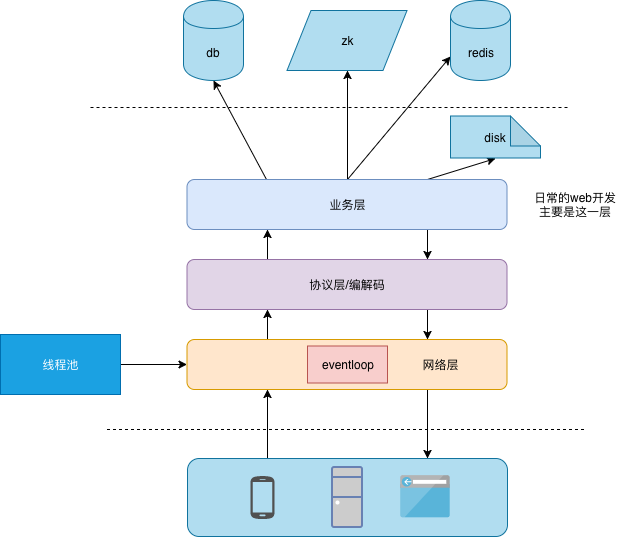
This is public/upload/architecture/network_communication.png from qiankunli/qiankunli.github.io, a draw.io export, as it was before one commit. Source tidied: cells renumbered, new cells last; positions are measured from the earlier drawing's top-left corner, leaving out a move shared by most shapes. Source of this version:
```xml
<mxGraphModel>
  <root>
    <mxCell id="0" />
    <mxCell id="1" parent="0" />
    <mxCell id="2" style="edgeStyle=orthogonalEdgeStyle;rounded=0;jettySize=auto;html=1;exitX=0.25;exitY=0;exitDx=0;exitDy=0;entryX=0.25;entryY=1;entryDx=0;entryDy=0;" parent="1" edge="1" source="3" target="6">
      <mxGeometry relative="1" as="geometry" />
    </mxCell>
    <mxCell id="3" style="rounded=1;whiteSpace=wrap;html=1;shadow=0;fillColor=#b1ddf0;strokeColor=#10739e;" parent="1" vertex="1">
      <mxGeometry x="187" y="458" width="320" height="78" as="geometry" />
    </mxCell>
    <mxCell id="4" style="edgeStyle=orthogonalEdgeStyle;rounded=0;jettySize=auto;html=1;exitX=0.25;exitY=0;exitDx=0;exitDy=0;entryX=0.25;entryY=1;entryDx=0;entryDy=0;" parent="1" edge="1" source="6" target="9">
      <mxGeometry relative="1" as="geometry" />
    </mxCell>
    <mxCell id="5" style="edgeStyle=orthogonalEdgeStyle;rounded=0;jettySize=auto;html=1;exitX=0.75;exitY=1;exitDx=0;exitDy=0;entryX=0.75;entryY=0;entryDx=0;entryDy=0;" parent="1" edge="1" source="6" target="3">
      <mxGeometry relative="1" as="geometry" />
    </mxCell>
    <mxCell id="6" style="rounded=1;whiteSpace=wrap;html=1;fillColor=#ffe6cc;strokeColor=#d79b00;" parent="1" vertex="1">
      <mxGeometry x="186.5" y="339" width="320" height="50" as="geometry" />
    </mxCell>
    <mxCell id="7" style="edgeStyle=orthogonalEdgeStyle;rounded=0;jettySize=auto;html=1;exitX=0.25;exitY=0;exitDx=0;exitDy=0;entryX=0.25;entryY=1;entryDx=0;entryDy=0;" parent="1" edge="1" source="9" target="15">
      <mxGeometry relative="1" as="geometry" />
    </mxCell>
    <mxCell id="8" style="edgeStyle=orthogonalEdgeStyle;rounded=0;jettySize=auto;html=1;exitX=0.75;exitY=1;exitDx=0;exitDy=0;entryX=0.75;entryY=0;entryDx=0;entryDy=0;" parent="1" edge="1" source="9" target="6">
      <mxGeometry relative="1" as="geometry" />
    </mxCell>
    <mxCell id="9" value="协议层/编解码" style="rounded=1;whiteSpace=wrap;html=1;fillColor=#e1d5e7;strokeColor=#9673a6;" parent="1" vertex="1">
      <mxGeometry x="186.5" y="259" width="320" height="50" as="geometry" />
    </mxCell>
    <mxCell id="10" style="edgeStyle=orthogonalEdgeStyle;rounded=0;jettySize=auto;html=1;exitX=0.75;exitY=1;exitDx=0;exitDy=0;entryX=0.75;entryY=0;entryDx=0;entryDy=0;" parent="1" edge="1" source="15" target="9">
      <mxGeometry relative="1" as="geometry" />
    </mxCell>
    <mxCell id="11" style="rounded=0;jettySize=auto;html=1;exitX=0.25;exitY=0;exitDx=0;exitDy=0;entryX=0.5;entryY=1;entryDx=0;entryDy=0;" parent="1" edge="1" source="15" target="16">
      <mxGeometry relative="1" as="geometry" />
    </mxCell>
    <mxCell id="12" style="edgeStyle=none;rounded=0;jettySize=auto;html=1;exitX=0.5;exitY=0;exitDx=0;exitDy=0;entryX=0.5;entryY=1;entryDx=0;entryDy=0;" parent="1" edge="1" source="15" target="17">
      <mxGeometry relative="1" as="geometry" />
    </mxCell>
    <mxCell id="13" style="edgeStyle=none;rounded=0;jettySize=auto;html=1;exitX=0.5;exitY=0;exitDx=0;exitDy=0;entryX=0;entryY=0.7;entryDx=0;entryDy=0;" parent="1" edge="1" source="15" target="18">
      <mxGeometry relative="1" as="geometry" />
    </mxCell>
    <mxCell id="14" style="edgeStyle=none;rounded=0;jettySize=auto;html=1;exitX=0.75;exitY=0;exitDx=0;exitDy=0;entryX=0.5;entryY=1;entryDx=0;entryDy=0;entryPerimeter=0;" parent="1" edge="1" source="15" target="21">
      <mxGeometry relative="1" as="geometry" />
    </mxCell>
    <mxCell id="15" value="业务层" style="rounded=1;whiteSpace=wrap;html=1;fillColor=#dae8fc;strokeColor=#6c8ebf;" parent="1" vertex="1">
      <mxGeometry x="186.5" y="179" width="320" height="50" as="geometry" />
    </mxCell>
    <mxCell id="16" value="db" style="shape=cylinder;whiteSpace=wrap;html=1;boundedLbl=1;backgroundOutline=1;fillColor=#b1ddf0;strokeColor=#10739e;" parent="1" vertex="1">
      <mxGeometry x="183" width="60" height="80" as="geometry" />
    </mxCell>
    <mxCell id="17" value="zk" style="shape=parallelogram;perimeter=parallelogramPerimeter;whiteSpace=wrap;html=1;fillColor=#b1ddf0;strokeColor=#10739e;" parent="1" vertex="1">
      <mxGeometry x="286.5" y="10" width="120" height="60" as="geometry" />
    </mxCell>
    <mxCell id="18" value="redis" style="shape=cylinder;whiteSpace=wrap;html=1;boundedLbl=1;backgroundOutline=1;fillColor=#b1ddf0;strokeColor=#10739e;" parent="1" vertex="1">
      <mxGeometry x="450" width="60" height="80" as="geometry" />
    </mxCell>
    <mxCell id="19" style="endArrow=none;dashed=1;html=1;" parent="1" edge="1">
      <mxGeometry relative="1" as="geometry">
        <mxPoint x="90" y="107" as="sourcePoint" />
        <mxPoint x="570" y="107" as="targetPoint" />
      </mxGeometry>
    </mxCell>
    <mxCell id="20" style="endArrow=none;dashed=1;html=1;" parent="1" edge="1">
      <mxGeometry relative="1" as="geometry">
        <mxPoint x="106.5" y="429" as="sourcePoint" />
        <mxPoint x="586.5" y="429" as="targetPoint" />
      </mxGeometry>
    </mxCell>
    <mxCell id="21" value="disk" style="shape=note;whiteSpace=wrap;html=1;backgroundOutline=1;darkOpacity=0.05;fillColor=#b1ddf0;strokeColor=#10739e;" parent="1" vertex="1">
      <mxGeometry x="450" y="115.5" width="90" height="42" as="geometry" />
    </mxCell>
    <mxCell id="22" style="shadow=0;dashed=0;html=1;strokeColor=none;fillColor=#505050;labelPosition=center;verticalLabelPosition=bottom;verticalAlign=top;align=center;shape=mxgraph.office.devices.cell_phone_android_standalone;" parent="1" vertex="1">
      <mxGeometry x="250" y="475" width="24" height="44" as="geometry" />
    </mxCell>
    <mxCell id="23" style="fontColor=#0066CC;verticalAlign=top;verticalLabelPosition=bottom;labelPosition=center;align=center;html=1;fillColor=#CCCCCC;strokeColor=#6881B3;gradientColor=none;gradientDirection=north;strokeWidth=2;shape=mxgraph.networks.desktop_pc;" parent="1" vertex="1">
      <mxGeometry x="331.5" y="466.5" width="30" height="60" as="geometry" />
    </mxCell>
    <mxCell id="24" style="html=1;perimeter=none;align=center;shadow=0;dashed=0;image;fontSize=12;image=img/lib/mscae/Browser.svg;" parent="1" vertex="1">
      <mxGeometry x="400" y="475" width="50" height="42.5" as="geometry" />
    </mxCell>
    <mxCell id="25" style="edgeStyle=orthogonalEdgeStyle;rounded=0;jettySize=auto;html=1;" parent="1" edge="1" source="26" target="6">
      <mxGeometry relative="1" as="geometry" />
    </mxCell>
    <mxCell id="26" value="线程池" style="rounded=0;whiteSpace=wrap;html=1;fillColor=#1ba1e2;strokeColor=#006EAF;fontColor=#ffffff;" parent="1" vertex="1">
      <mxGeometry y="334" width="120" height="60" as="geometry" />
    </mxCell>
    <mxCell id="27" value="eventloop" style="rounded=0;whiteSpace=wrap;html=1;fillColor=#f8cecc;strokeColor=#b85450;" parent="1" vertex="1">
      <mxGeometry x="307" y="345.5" width="80" height="37" as="geometry" />
    </mxCell>
    <mxCell id="28" value="网络层" style="text;html=1;strokeColor=none;fillColor=none;align=center;verticalAlign=middle;whiteSpace=wrap;rounded=0;" parent="1" vertex="1">
      <mxGeometry x="420" y="354" width="40" height="20" as="geometry" />
    </mxCell>
    <mxCell id="29" value="日常的web开发主要是这一层" style="text;html=1;strokeColor=none;fillColor=none;align=center;verticalAlign=middle;whiteSpace=wrap;rounded=0;" parent="1" vertex="1">
      <mxGeometry x="530" y="193" width="90" height="22" as="geometry" />
    </mxCell>
  </root>
</mxGraphModel>
```
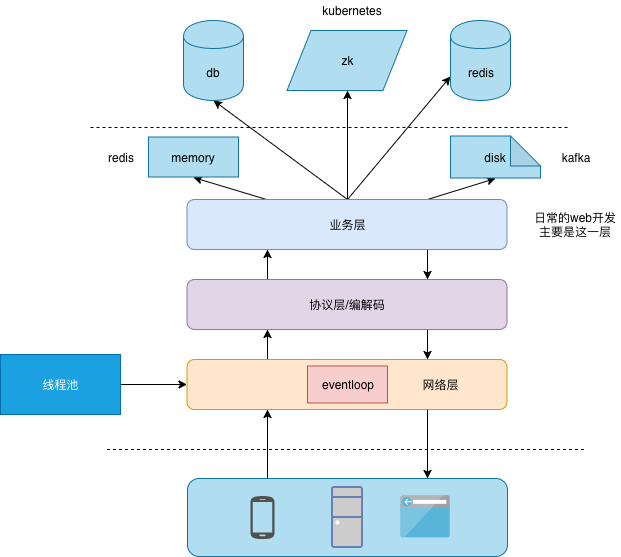
After the change.

What changed in the source:
```diff
@@ -29,7 +29,7 @@
     <mxCell id="10" style="edgeStyle=orthogonalEdgeStyle;rounded=0;jettySize=auto;html=1;exitX=0.75;exitY=1;exitDx=0;exitDy=0;entryX=0.75;entryY=0;entryDx=0;entryDy=0;" parent="1" edge="1" source="15" target="9">
       <mxGeometry relative="1" as="geometry" />
     </mxCell>
-    <mxCell id="11" style="rounded=0;jettySize=auto;html=1;exitX=0.25;exitY=0;exitDx=0;exitDy=0;entryX=0.5;entryY=1;entryDx=0;entryDy=0;" parent="1" edge="1" source="15" target="16">
+    <mxCell id="11" style="rounded=0;jettySize=auto;html=1;exitX=0.5;exitY=0;exitDx=0;exitDy=0;entryX=0.5;entryY=1;entryDx=0;entryDy=0;" parent="1" edge="1" source="15" target="16">
       <mxGeometry relative="1" as="geometry" />
     </mxCell>
     <mxCell id="12" style="edgeStyle=none;rounded=0;jettySize=auto;html=1;exitX=0.5;exitY=0;exitDx=0;exitDy=0;entryX=0.5;entryY=1;entryDx=0;entryDy=0;" parent="1" edge="1" source="15" target="17">
@@ -41,6 +41,9 @@
     <mxCell id="14" style="edgeStyle=none;rounded=0;jettySize=auto;html=1;exitX=0.75;exitY=0;exitDx=0;exitDy=0;entryX=0.5;entryY=1;entryDx=0;entryDy=0;entryPerimeter=0;" parent="1" edge="1" source="15" target="21">
       <mxGeometry relative="1" as="geometry" />
     </mxCell>
+    <mxCell id="30" style="edgeStyle=none;rounded=0;jettySize=auto;html=1;exitX=0.25;exitY=0;exitDx=0;exitDy=0;entryX=0.5;entryY=1;entryDx=0;entryDy=0;" parent="1" edge="1" source="15" target="31">
+      <mxGeometry relative="1" as="geometry" />
+    </mxCell>
     <mxCell id="15" value="业务层" style="rounded=1;whiteSpace=wrap;html=1;fillColor=#dae8fc;strokeColor=#6c8ebf;" parent="1" vertex="1">
       <mxGeometry x="186.5" y="179" width="320" height="50" as="geometry" />
     </mxCell>
@@ -92,5 +95,17 @@
     <mxCell id="29" value="日常的web开发主要是这一层" style="text;html=1;strokeColor=none;fillColor=none;align=center;verticalAlign=middle;whiteSpace=wrap;rounded=0;" parent="1" vertex="1">
       <mxGeometry x="530" y="193" width="90" height="22" as="geometry" />
     </mxCell>
+    <mxCell id="31" value="memory" style="rounded=0;whiteSpace=wrap;html=1;fillColor=#b1ddf0;strokeColor=#10739e;" parent="1" vertex="1">
+      <mxGeometry x="148" y="116.5" width="90" height="40" as="geometry" />
+    </mxCell>
+    <mxCell id="32" value="redis" style="text;html=1;strokeColor=none;fillColor=none;align=center;verticalAlign=middle;whiteSpace=wrap;rounded=0;" parent="1" vertex="1">
+      <mxGeometry x="100" y="127" width="40" height="20" as="geometry" />
+    </mxCell>
+    <mxCell id="33" value="kafka" style="text;html=1;strokeColor=none;fillColor=none;align=center;verticalAlign=middle;whiteSpace=wrap;rounded=0;" parent="1" vertex="1">
+      <mxGeometry x="555" y="127" width="40" height="20" as="geometry" />
+    </mxCell>
+    <mxCell id="34" value="kubernetes&lt;br&gt;" style="text;html=1;strokeColor=none;fillColor=none;align=center;verticalAlign=middle;whiteSpace=wrap;rounded=0;" parent="1" vertex="1">
+      <mxGeometry x="331.5" y="-20" width="40" height="20" as="geometry" />
+    </mxCell>
   </root>
 </mxGraphModel>
```
